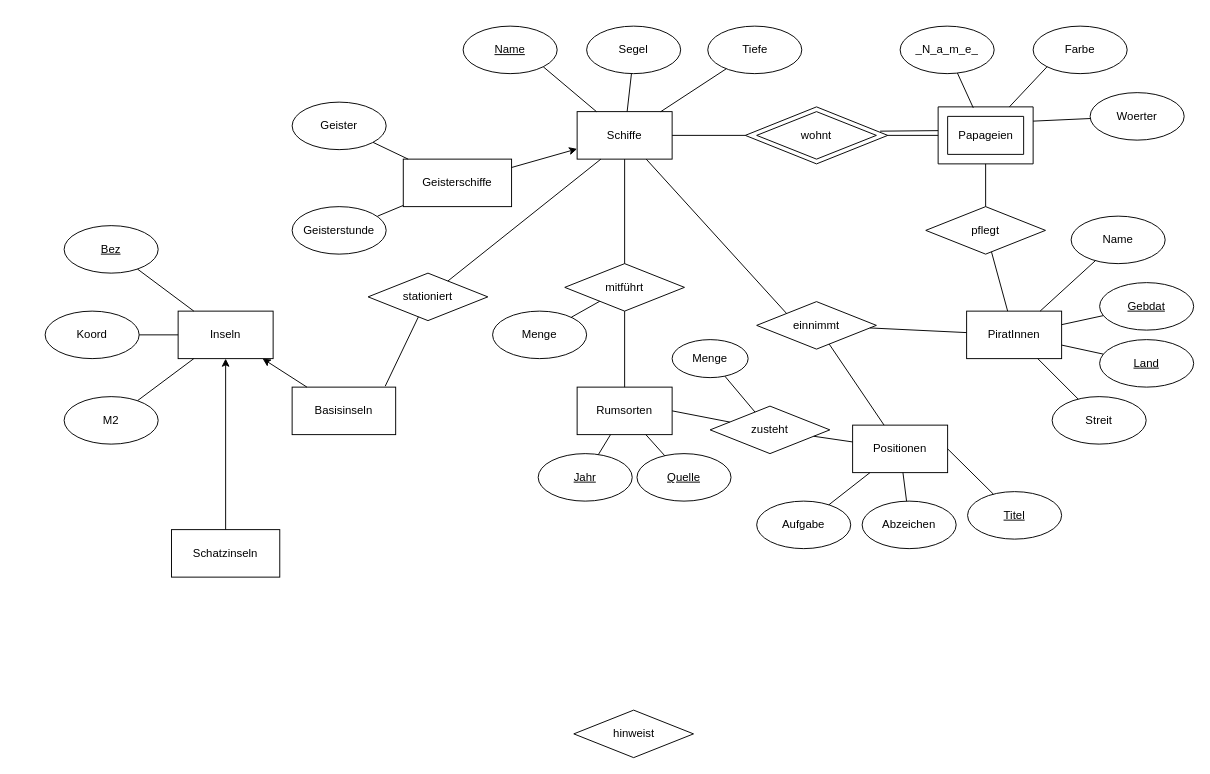
Above: weisshaar_eer.drawio in Nashua32/databases_university (draw.io), before the change. Source tidied: cells renumbered, new cells numbered last; positions are measured from the earlier drawing's top-left corner, leaving out a move shared by most shapes. Both pictures are drawn from the tidied source at 95%, with x=0, y=0 at pixel (45, 26).
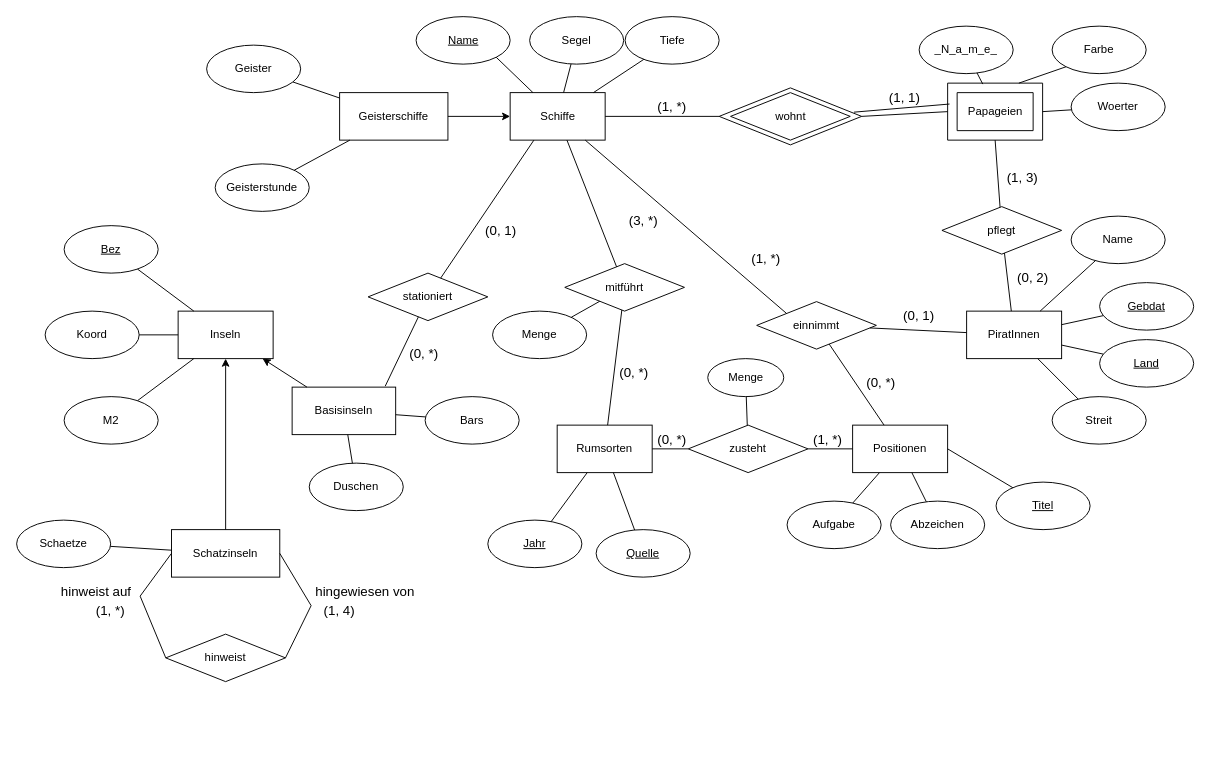
The same diagram, later.

The change refers to these unchanged cells:
```xml
<mxCell id="12" value="Schatzinseln" style="rounded=0;whiteSpace=wrap;html=1;" parent="1" vertex="1">
  <mxGeometry x="133" y="530" width="114" height="50" as="geometry" />
</mxCell>
<mxCell id="13" value="Basisinseln" style="rounded=0;whiteSpace=wrap;html=1;" parent="1" vertex="1">
  <mxGeometry x="260" y="380" width="109" height="50" as="geometry" />
</mxCell>
```

Change to the diagram source:
```diff
@@
     <mxCell id="2" value="pflegt" style="rhombus;whiteSpace=wrap;html=1;fontSize=12;" parent="1" vertex="1">
-      <mxGeometry x="927" y="190" width="126" height="50" as="geometry" />
+      <mxGeometry x="944" y="190" width="126" height="50" as="geometry" />
     </mxCell>
@@
     <mxCell id="4" value="hinweist" style="rhombus;whiteSpace=wrap;html=1;fontSize=12;" parent="1" vertex="1">
-      <mxGeometry x="556.5" y="720" width="126" height="50" as="geometry" />
+      <mxGeometry x="127" y="640" width="126" height="50" as="geometry" />
     </mxCell>
@@
     <mxCell id="7" value="Schiffe" style="rounded=0;whiteSpace=wrap;html=1;" parent="1" vertex="1">
-      <mxGeometry x="560" y="90" width="100" height="50" as="geometry" />
+      <mxGeometry x="489.5" y="70" width="100" height="50" as="geometry" />
     </mxCell>
@@
     <mxCell id="9" value="Rumsorten" style="rounded=0;whiteSpace=wrap;html=1;" parent="1" vertex="1">
-      <mxGeometry x="560" y="380" width="100" height="50" as="geometry" />
+      <mxGeometry x="539" y="420" width="100" height="50" as="geometry" />
     </mxCell>
@@
     <mxCell id="11" value="Geisterschiffe" style="rounded=0;whiteSpace=wrap;html=1;" parent="1" vertex="1">
-      <mxGeometry x="377" y="140" width="114" height="50" as="geometry" />
+      <mxGeometry x="310" y="70" width="114" height="50" as="geometry" />
     </mxCell>
@@
     <mxCell id="15" value="Name" style="ellipse;whiteSpace=wrap;html=1;fontStyle=4;" parent="1" vertex="1">
-      <mxGeometry x="440" width="99" height="50" as="geometry" />
+      <mxGeometry x="390.5" y="-10" width="99" height="50" as="geometry" />
     </mxCell>
     <mxCell id="16" value="Segel" style="ellipse;whiteSpace=wrap;html=1;" parent="1" vertex="1">
-      <mxGeometry x="570" width="99" height="50" as="geometry" />
+      <mxGeometry x="510" y="-10" width="99" height="50" as="geometry" />
     </mxCell>
     <mxCell id="17" value="Tiefe" style="ellipse;whiteSpace=wrap;html=1;" parent="1" vertex="1">
-      <mxGeometry x="697.5" width="99" height="50" as="geometry" />
+      <mxGeometry x="610.5" y="-10" width="99" height="50" as="geometry" />
     </mxCell>
     <mxCell id="18" value="Geister" style="ellipse;whiteSpace=wrap;html=1;" parent="1" vertex="1">
-      <mxGeometry x="260" y="80" width="99" height="50" as="geometry" />
+      <mxGeometry x="170" y="20" width="99" height="50" as="geometry" />
     </mxCell>
     <mxCell id="19" value="Geisterstunde" style="ellipse;whiteSpace=wrap;html=1;" parent="1" vertex="1">
-      <mxGeometry x="260" y="190" width="99" height="50" as="geometry" />
+      <mxGeometry x="179" y="145" width="99" height="50" as="geometry" />
     </mxCell>
@@
-    <mxCell id="21" style="endArrow=none;html=1;rounded=0;" parent="1" edge="1" source="11">
-      <mxGeometry relative="1" as="geometry">
-        <mxPoint x="350" y="200" as="targetPoint" />
-      </mxGeometry>
+    <mxCell id="21" style="endArrow=none;html=1;rounded=0;" parent="1" edge="1" source="11" target="19">
+      <mxGeometry relative="1" as="geometry" />
     </mxCell>
@@
     <mxCell id="26" value="_N_a_m_e_" style="ellipse;whiteSpace=wrap;html=1;fontStyle=0;" parent="1" vertex="1">
-      <mxGeometry x="900" width="99" height="50" as="geometry" />
+      <mxGeometry x="920" width="99" height="50" as="geometry" />
     </mxCell>
     <mxCell id="27" value="Farbe" style="ellipse;whiteSpace=wrap;html=1;" parent="1" vertex="1">
-      <mxGeometry x="1040" width="99" height="50" as="geometry" />
+      <mxGeometry x="1060" width="99" height="50" as="geometry" />
     </mxCell>
     <mxCell id="28" value="Woerter" style="ellipse;whiteSpace=wrap;html=1;" parent="1" vertex="1">
-      <mxGeometry x="1100" y="70" width="99" height="50" as="geometry" />
+      <mxGeometry x="1080" y="60" width="99" height="50" as="geometry" />
     </mxCell>
     <mxCell id="29" style="verticalLabelPosition=bottom;verticalAlign=top;html=1;shape=mxgraph.basic.frame;dx=10;whiteSpace=wrap;" parent="1" vertex="1">
-      <mxGeometry x="940" y="85" width="100" height="60" as="geometry" />
+      <mxGeometry x="950" y="60" width="100" height="60" as="geometry" />
     </mxCell>
     <mxCell id="30" value="Papageien" style="text;html=1;align=center;verticalAlign=middle;strokeColor=none;fillColor=none;" parent="1" vertex="1">
-      <mxGeometry x="950" y="100" width="80" height="30" as="geometry" />
+      <mxGeometry x="960" y="75" width="80" height="30" as="geometry" />
     </mxCell>
     <mxCell id="31" style="rhombus;whiteSpace=wrap;html=1;fontSize=12;" parent="1" vertex="1">
-      <mxGeometry x="737" y="85" width="150" height="60" as="geometry" />
+      <mxGeometry x="709.5" y="65" width="150" height="60" as="geometry" />
     </mxCell>
     <mxCell id="32" value="wohnt" style="rhombus;whiteSpace=wrap;html=1;fontSize=12;" parent="1" vertex="1">
-      <mxGeometry x="749" y="90" width="126" height="50" as="geometry" />
+      <mxGeometry x="721.5" y="70" width="126" height="50" as="geometry" />
     </mxCell>
-    <mxCell id="33" style="endArrow=none;html=1;rounded=0;exitX=0.946;exitY=0.426;exitDx=0;exitDy=0;exitPerimeter=0;" parent="1" edge="1" source="31">
-      <mxGeometry relative="1" as="geometry">
-        <mxPoint x="940" y="110" as="targetPoint" />
-      </mxGeometry>
+    <mxCell id="33" style="endArrow=none;html=1;rounded=0;exitX=0.946;exitY=0.426;exitDx=0;exitDy=0;exitPerimeter=0;entryX=0.02;entryY=0.367;entryDx=0;entryDy=0;entryPerimeter=0;" parent="1" edge="1" source="31" target="29">
+      <mxGeometry relative="1" as="geometry" />
     </mxCell>
@@
-    <mxCell id="38" style="endArrow=none;html=1;rounded=0;entryX=0;entryY=0;entryDx=100;entryDy=15;entryPerimeter=0;" parent="1" edge="1" source="28" target="29">
+    <mxCell id="38" style="endArrow=none;html=1;rounded=0;entryX=1;entryY=0.5;entryDx=0;entryDy=0;entryPerimeter=0;" parent="1" edge="1" source="28" target="29">
       <mxGeometry relative="1" as="geometry" />
     </mxCell>
@@
     <mxCell id="49" value="Titel" style="ellipse;whiteSpace=wrap;html=1;fontStyle=4;" parent="1" vertex="1">
-      <mxGeometry x="971" y="490" width="99" height="50" as="geometry" />
+      <mxGeometry x="1001" y="480" width="99" height="50" as="geometry" />
     </mxCell>
     <mxCell id="50" value="Abzeichen" style="ellipse;whiteSpace=wrap;html=1;" parent="1" vertex="1">
-      <mxGeometry x="860" y="500" width="99" height="50" as="geometry" />
+      <mxGeometry x="890" y="500" width="99" height="50" as="geometry" />
     </mxCell>
     <mxCell id="51" value="Aufgabe" style="ellipse;whiteSpace=wrap;html=1;" parent="1" vertex="1">
-      <mxGeometry x="749" y="500" width="99" height="50" as="geometry" />
+      <mxGeometry x="781" y="500" width="99" height="50" as="geometry" />
     </mxCell>
@@
     <mxCell id="58" value="Jahr" style="ellipse;whiteSpace=wrap;html=1;fontStyle=4;" parent="1" vertex="1">
-      <mxGeometry x="519" y="450" width="99" height="50" as="geometry" />
+      <mxGeometry x="466" y="520" width="99" height="50" as="geometry" />
     </mxCell>
     <mxCell id="59" value="Quelle" style="ellipse;whiteSpace=wrap;html=1;fontStyle=4;" parent="1" vertex="1">
-      <mxGeometry x="623" y="450" width="99" height="50" as="geometry" />
+      <mxGeometry x="580" y="530" width="99" height="50" as="geometry" />
     </mxCell>
@@
     <mxCell id="66" value="zusteht" style="rhombus;whiteSpace=wrap;html=1;fontSize=12;" parent="1" vertex="1">
-      <mxGeometry x="700" y="400" width="126" height="50" as="geometry" />
+      <mxGeometry x="677" y="420" width="126" height="50" as="geometry" />
     </mxCell>
@@
     <mxCell id="69" value="Menge" style="ellipse;whiteSpace=wrap;html=1;fontStyle=0;" parent="1" vertex="1">
-      <mxGeometry x="660" y="330" width="80" height="40" as="geometry" />
+      <mxGeometry x="697.5" y="350" width="80" height="40" as="geometry" />
     </mxCell>
@@
+    <mxCell id="81" value="Bars" style="ellipse;whiteSpace=wrap;html=1;fontStyle=0;" parent="1" vertex="1">
+      <mxGeometry x="400" y="390" width="99" height="50" as="geometry" />
+    </mxCell>
+    <mxCell id="82" value="Duschen" style="ellipse;whiteSpace=wrap;html=1;fontStyle=0;" parent="1" vertex="1">
+      <mxGeometry x="278" y="460" width="99" height="50" as="geometry" />
+    </mxCell>
+    <mxCell id="83" style="endArrow=none;html=1;rounded=0;" parent="1" edge="1" source="13" target="81">
+      <mxGeometry relative="1" as="geometry" />
+    </mxCell>
+    <mxCell id="84" style="endArrow=none;html=1;rounded=0;" parent="1" edge="1" source="13" target="82">
+      <mxGeometry relative="1" as="geometry" />
+    </mxCell>
+    <mxCell id="85" style="endArrow=none;html=1;rounded=0;exitX=1;exitY=0.5;exitDx=0;exitDy=0;entryX=1;entryY=0.5;entryDx=0;entryDy=0;" parent="1" edge="1" source="4" target="12">
+      <mxGeometry relative="1" as="geometry">
+        <Array as="points">
+          <mxPoint x="280" y="610" />
+        </Array>
+      </mxGeometry>
+    </mxCell>
+    <mxCell id="86" style="endArrow=none;html=1;rounded=0;exitX=0;exitY=0.5;exitDx=0;exitDy=0;entryX=0;entryY=0.5;entryDx=0;entryDy=0;" parent="1" edge="1" source="4" target="12">
+      <mxGeometry relative="1" as="geometry">
+        <Array as="points">
+          <mxPoint x="100" y="600" />
+        </Array>
+      </mxGeometry>
+    </mxCell>
+    <mxCell id="87" value="Schaetze" style="ellipse;whiteSpace=wrap;html=1;fontStyle=0;" parent="1" vertex="1">
+      <mxGeometry x="-30" y="520" width="99" height="50" as="geometry" />
+    </mxCell>
+    <mxCell id="88" style="endArrow=none;html=1;rounded=0;" parent="1" edge="1" source="87" target="12">
+      <mxGeometry relative="1" as="geometry" />
+    </mxCell>
+    <mxCell id="89" value="(1, *)" style="text;html=1;strokeColor=none;fillColor=none;align=center;verticalAlign=middle;whiteSpace=wrap;rounded=0;fontSize=14;" parent="1" vertex="1">
+      <mxGeometry x="630" y="70" width="60" height="30" as="geometry" />
+    </mxCell>
+    <mxCell id="90" value="(1, 1)" style="text;html=1;strokeColor=none;fillColor=none;align=center;verticalAlign=middle;whiteSpace=wrap;rounded=0;fontSize=14;" parent="1" vertex="1">
+      <mxGeometry x="875" y="60" width="60" height="30" as="geometry" />
+    </mxCell>
+    <mxCell id="91" value="(1, 3)" style="text;html=1;strokeColor=none;fillColor=none;align=center;verticalAlign=middle;whiteSpace=wrap;rounded=0;fontSize=14;" parent="1" vertex="1">
+      <mxGeometry x="999" y="145" width="60" height="30" as="geometry" />
+    </mxCell>
+    <mxCell id="92" value="(0, 2)" style="text;html=1;strokeColor=none;fillColor=none;align=center;verticalAlign=middle;whiteSpace=wrap;rounded=0;fontSize=14;" parent="1" vertex="1">
+      <mxGeometry x="1010" y="250" width="60" height="30" as="geometry" />
+    </mxCell>
+    <mxCell id="93" value="(1, *)" style="text;html=1;strokeColor=none;fillColor=none;align=center;verticalAlign=middle;whiteSpace=wrap;rounded=0;fontSize=14;" parent="1" vertex="1">
+      <mxGeometry x="729" y="230" width="60" height="30" as="geometry" />
+    </mxCell>
+    <mxCell id="94" value="(0, 1)" style="text;html=1;strokeColor=none;fillColor=none;align=center;verticalAlign=middle;whiteSpace=wrap;rounded=0;fontSize=14;" parent="1" vertex="1">
+      <mxGeometry x="890" y="290" width="60" height="30" as="geometry" />
+    </mxCell>
+    <mxCell id="95" value="(0, *)" style="text;html=1;strokeColor=none;fillColor=none;align=center;verticalAlign=middle;whiteSpace=wrap;rounded=0;fontSize=14;" parent="1" vertex="1">
+      <mxGeometry x="850" y="360" width="60" height="30" as="geometry" />
+    </mxCell>
+    <mxCell id="96" value="(1, *)" style="text;html=1;strokeColor=none;fillColor=none;align=center;verticalAlign=middle;whiteSpace=wrap;rounded=0;fontSize=14;" parent="1" vertex="1">
+      <mxGeometry x="794" y="420" width="60" height="30" as="geometry" />
+    </mxCell>
+    <mxCell id="97" value="(0, *)" style="text;html=1;strokeColor=none;fillColor=none;align=center;verticalAlign=middle;whiteSpace=wrap;rounded=0;fontSize=14;" parent="1" vertex="1">
+      <mxGeometry x="630" y="420" width="60" height="30" as="geometry" />
+    </mxCell>
+    <mxCell id="98" value="(0, *)" style="text;html=1;strokeColor=none;fillColor=none;align=center;verticalAlign=middle;whiteSpace=wrap;rounded=0;fontSize=14;" parent="1" vertex="1">
+      <mxGeometry x="589.5" y="350" width="60" height="30" as="geometry" />
+    </mxCell>
+    <mxCell id="99" value="(3, *)" style="text;html=1;strokeColor=none;fillColor=none;align=center;verticalAlign=middle;whiteSpace=wrap;rounded=0;fontSize=14;" parent="1" vertex="1">
+      <mxGeometry x="599.5" y="190" width="60" height="30" as="geometry" />
+    </mxCell>
+    <mxCell id="100" value="(0, 1)" style="text;html=1;strokeColor=none;fillColor=none;align=center;verticalAlign=middle;whiteSpace=wrap;rounded=0;fontSize=14;" parent="1" vertex="1">
+      <mxGeometry x="450" y="200" width="60" height="30" as="geometry" />
+    </mxCell>
+    <mxCell id="101" value="(0, *)" style="text;html=1;strokeColor=none;fillColor=none;align=center;verticalAlign=middle;whiteSpace=wrap;rounded=0;fontSize=14;" parent="1" vertex="1">
+      <mxGeometry x="369" y="330" width="60" height="30" as="geometry" />
+    </mxCell>
+    <mxCell id="102" value="hingewiesen von" style="text;html=1;strokeColor=none;fillColor=none;align=center;verticalAlign=middle;whiteSpace=wrap;rounded=0;fontSize=14;" parent="1" vertex="1">
+      <mxGeometry x="282.5" y="580" width="107.5" height="30" as="geometry" />
+    </mxCell>
+    <mxCell id="103" value="hinweist auf" style="text;html=1;strokeColor=none;fillColor=none;align=center;verticalAlign=middle;whiteSpace=wrap;rounded=0;fontSize=14;" parent="1" vertex="1">
+      <mxGeometry x="9" y="580" width="90" height="30" as="geometry" />
+    </mxCell>
+    <mxCell id="104" value="(1, *)" style="text;html=1;strokeColor=none;fillColor=none;align=center;verticalAlign=middle;whiteSpace=wrap;rounded=0;fontSize=14;" parent="1" vertex="1">
+      <mxGeometry x="39" y="600" width="60" height="30" as="geometry" />
+    </mxCell>
+    <mxCell id="105" value="(1, 4)" style="text;html=1;strokeColor=none;fillColor=none;align=center;verticalAlign=middle;whiteSpace=wrap;rounded=0;fontSize=14;" parent="1" vertex="1">
+      <mxGeometry x="280" y="600" width="60" height="30" as="geometry" />
+    </mxCell>
```
